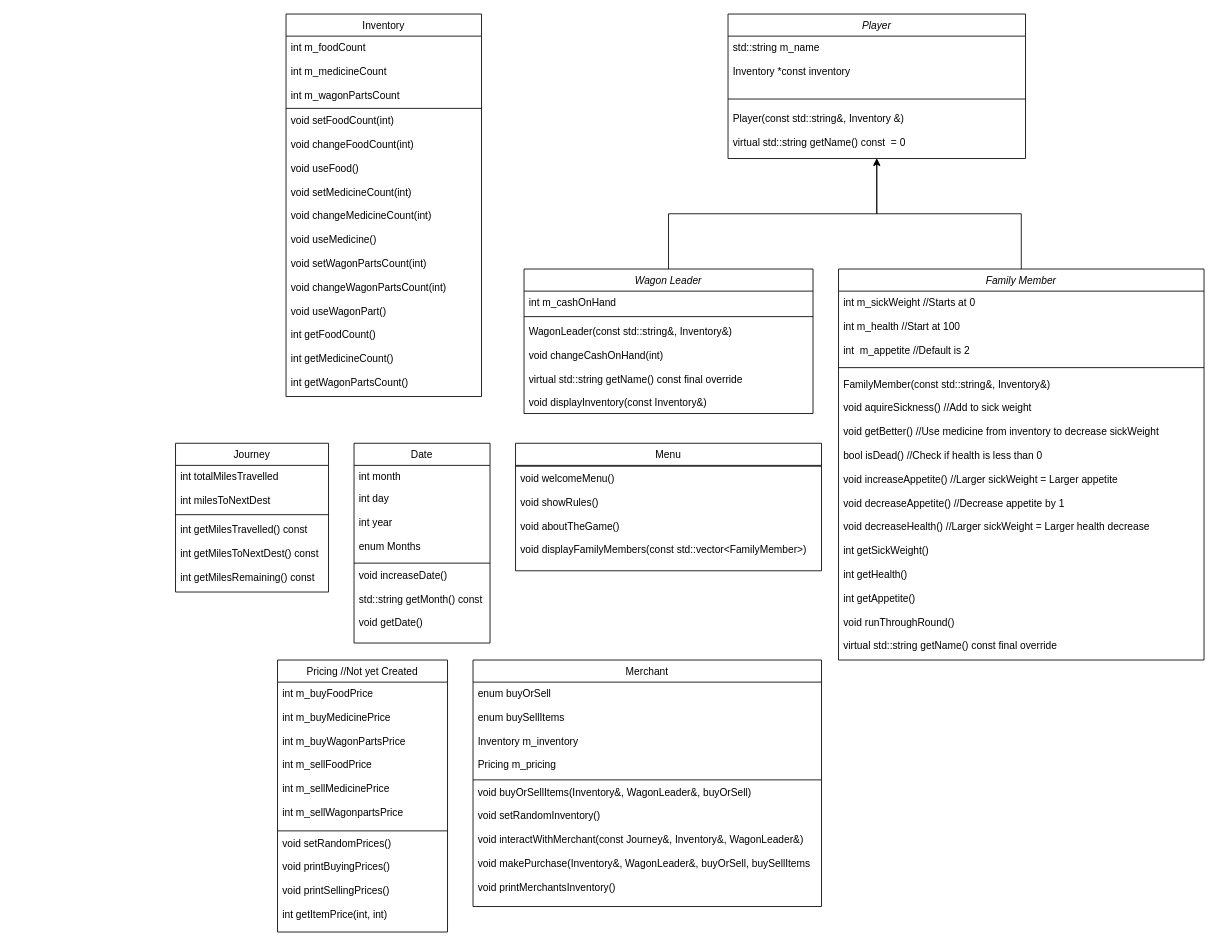
Above: GameDesign.drawio in jro0100/Safe-Travels (draw.io), before the change. Source tidied: cells renumbered, new cells numbered last; positions are measured from the earlier drawing's top-left corner, leaving out a move shared by most shapes. Both pictures are drawn from the tidied source at 85%, with x=0, y=0 at pixel (175, 14).
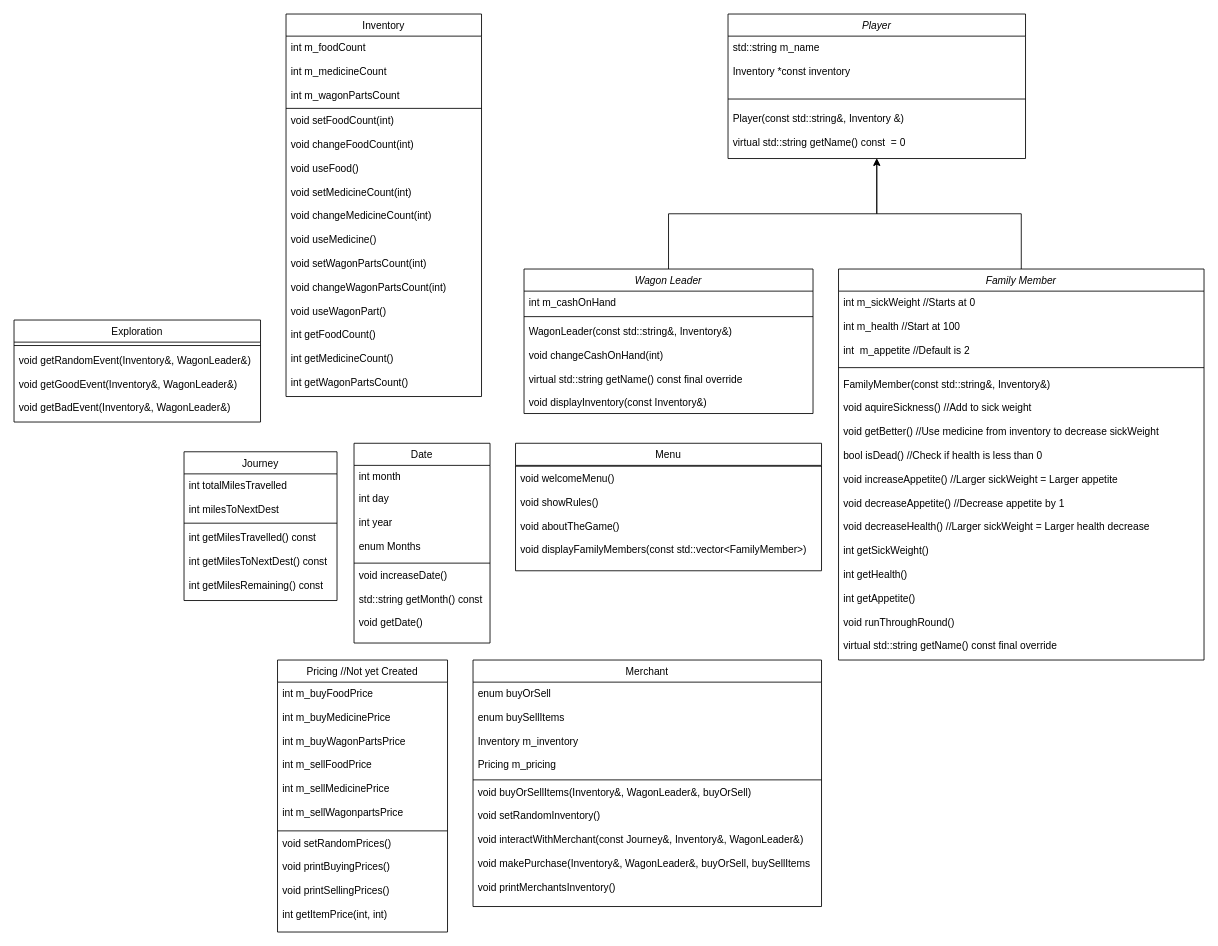
Above is the later version.

Diff of the diagram source:
```diff
@@
+    <mxCell id="42" value="Journey" style="swimlane;fontStyle=0;align=center;verticalAlign=top;horizontal=1;startSize=26;rounded=0;shadow=0;strokeWidth=1;" parent="1" vertex="1">
+      <mxGeometry x="10" y="515" width="180" height="175" as="geometry" />
+    </mxCell>
+    <mxCell id="39" value="int totalMilesTravelled&#10;&#10;int milesToNextDest&#10;" style="text;align=left;verticalAlign=top;spacingLeft=4;spacingRight=4;overflow=hidden;" parent="42" vertex="1">
+      <mxGeometry y="26" width="180" height="54" as="geometry" />
+    </mxCell>
+    <mxCell id="43" style="line;html=1;strokeWidth=1;align=left;verticalAlign=middle;spacingTop=-1;spacingLeft=3;spacingRight=3;labelPosition=right;" parent="42" vertex="1">
+      <mxGeometry y="80" width="180" height="8" as="geometry" />
+    </mxCell>
+    <mxCell id="44" value="int getMilesTravelled() const&#10;&#10;int getMilesToNextDest() const&#10;&#10;int getMilesRemaining() const&#10;" style="text;align=left;verticalAlign=top;spacingLeft=4;spacingRight=4;overflow=hidden;" parent="42" vertex="1">
+      <mxGeometry y="88" width="180" height="82" as="geometry" />
+    </mxCell>
-    <mxCell id="38" value="Journey" style="swimlane;fontStyle=0;align=center;verticalAlign=top;horizontal=1;startSize=26;rounded=0;shadow=0;strokeWidth=1;" parent="1" vertex="1">
-      <mxGeometry y="505" width="180" height="175" as="geometry" />
+    <mxCell id="38" value="Exploration" style="swimlane;fontStyle=0;align=center;verticalAlign=top;horizontal=1;startSize=26;rounded=0;shadow=0;strokeWidth=1;" parent="1" vertex="1">
+      <mxGeometry x="-190" y="360" width="290" height="120" as="geometry" />
     </mxCell>
-    <mxCell id="39" value="int totalMilesTravelled&#10;&#10;int milesToNextDest&#10;" style="text;align=left;verticalAlign=top;spacingLeft=4;spacingRight=4;overflow=hidden;" parent="38" vertex="1">
-      <mxGeometry y="26" width="180" height="54" as="geometry" />
-    </mxCell>
     <mxCell id="40" style="line;html=1;strokeWidth=1;align=left;verticalAlign=middle;spacingTop=-1;spacingLeft=3;spacingRight=3;labelPosition=right;" parent="38" vertex="1">
-      <mxGeometry y="80" width="180" height="8" as="geometry" />
+      <mxGeometry y="26" width="290" height="8" as="geometry" />
     </mxCell>
-    <mxCell id="41" value="int getMilesTravelled() const&#10;&#10;int getMilesToNextDest() const&#10;&#10;int getMilesRemaining() const&#10;" style="text;align=left;verticalAlign=top;spacingLeft=4;spacingRight=4;overflow=hidden;" parent="38" vertex="1">
-      <mxGeometry y="88" width="180" height="82" as="geometry" />
+    <mxCell id="41" value="void getRandomEvent(Inventory&amp;, WagonLeader&amp;)&#10;&#10;void getGoodEvent(Inventory&amp;, WagonLeader&amp;)&#10;&#10;void getBadEvent(Inventory&amp;, WagonLeader&amp;)&#10;&#10;" style="text;align=left;verticalAlign=top;spacingLeft=4;spacingRight=4;overflow=hidden;" parent="38" vertex="1">
+      <mxGeometry y="34" width="290" height="82" as="geometry" />
     </mxCell>
```
